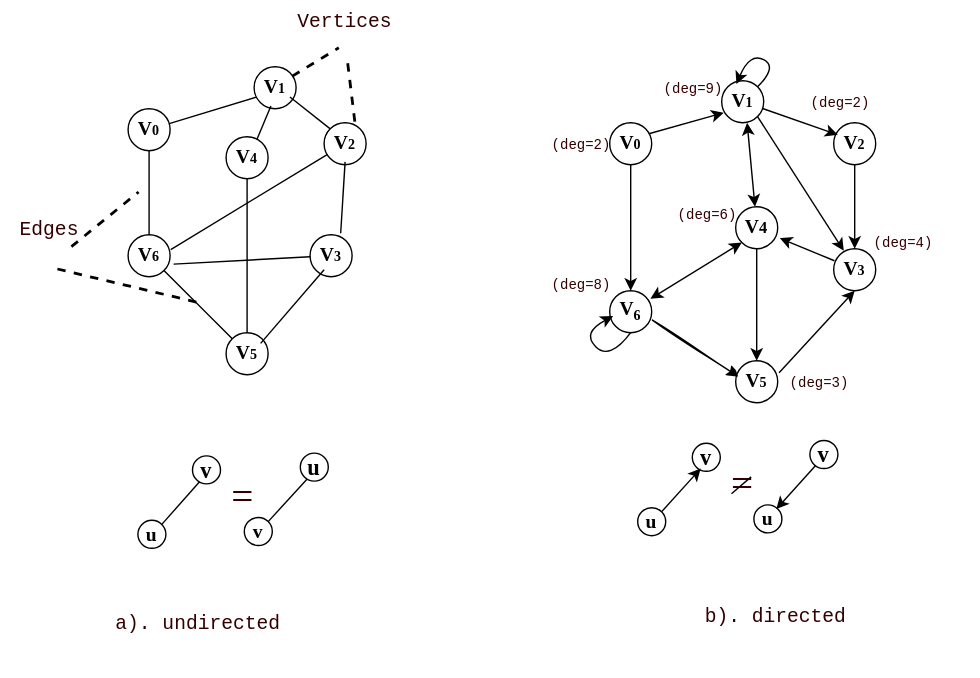
This is docs-src/modules/ROOT/assets/images/section_9/Fig9_1_exampleGraph.svg from ISA-1941/DrakonJs-Docs, a draw.io export, as it was before one commit. Source tidied: cells renumbered, new cells last; positions are measured from the earlier drawing's top-left corner, leaving out a move shared by most shapes.
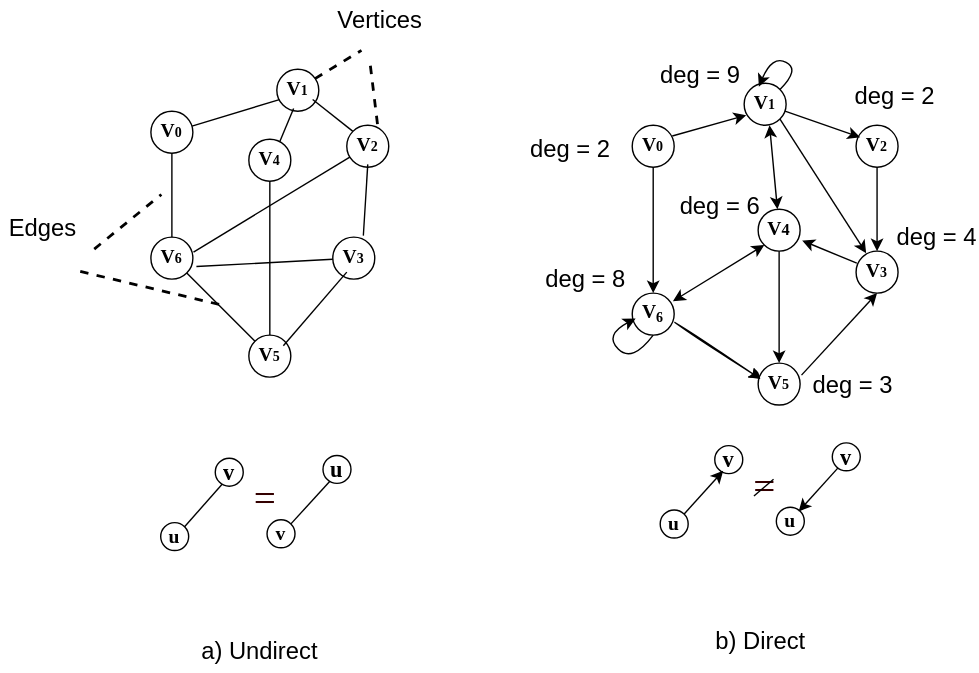
After the commit.

The edit, as a diff of the source:
```diff
@@ -1,4 +1,4 @@
-<mxGraphModel background="light-dark(#FFFFFF,#B3B3B3)">
+<mxGraphModel>
   <root>
     <mxCell id="0" />
     <mxCell id="1" parent="0" />
@@ -72,27 +72,6 @@
     <mxCell id="21" style="endArrow=classic;html=1;rounded=0;hachureGap=4;fontFamily=Architects Daughter;fontSource=https://fonts.googleapis.com/css?family=Architects+Daughter;entryX=0.5;entryY=0;entryDx=0;entryDy=0;exitX=0.5;exitY=1;exitDx=0;exitDy=0;labelBackgroundColor=none;fontColor=default;" parent="1" edge="1" source="19" target="4">
       <mxGeometry relative="1" as="geometry" />
     </mxCell>
-    <mxCell id="22" value="&lt;code&gt;&lt;font style=&quot;color: rgb(51, 0, 0); font-size: 10px;&quot;&gt;(deg=2)&lt;/font&gt;&lt;/code&gt;" style="text;html=1;align=center;verticalAlign=middle;whiteSpace=wrap;rounded=0;fontFamily=Times New Roman;labelBackgroundColor=none;" parent="1" vertex="1">
-      <mxGeometry x="385" y="87" width="60" height="30" as="geometry" />
-    </mxCell>
-    <mxCell id="23" value="&lt;code&gt;&lt;font style=&quot;color: rgb(51, 0, 0); font-size: 10px;&quot;&gt;(deg=9)&lt;/font&gt;&lt;/code&gt;" style="text;html=1;align=center;verticalAlign=middle;whiteSpace=wrap;rounded=0;fontFamily=Times New Roman;labelBackgroundColor=none;" parent="1" vertex="1">
-      <mxGeometry x="465" y="47" width="60" height="30" as="geometry" />
-    </mxCell>
-    <mxCell id="24" value="&lt;code&gt;&lt;font style=&quot;color: rgb(51, 0, 0); font-size: 10px;&quot;&gt;(deg=2)&lt;/font&gt;&lt;/code&gt;" style="text;html=1;align=center;verticalAlign=middle;whiteSpace=wrap;rounded=0;fontFamily=Times New Roman;labelBackgroundColor=none;" parent="1" vertex="1">
-      <mxGeometry x="570" y="57" width="60" height="30" as="geometry" />
-    </mxCell>
-    <mxCell id="25" value="&lt;code&gt;&lt;font style=&quot;color: rgb(51, 0, 0); font-size: 10px;&quot;&gt;(deg=4)&lt;/font&gt;&lt;/code&gt;" style="text;html=1;align=center;verticalAlign=middle;whiteSpace=wrap;rounded=0;fontFamily=Times New Roman;labelBackgroundColor=none;" parent="1" vertex="1">
-      <mxGeometry x="615" y="157" width="60" height="30" as="geometry" />
-    </mxCell>
-    <mxCell id="26" value="&lt;code&gt;&lt;font style=&quot;color: rgb(51, 0, 0); font-size: 10px;&quot;&gt;(deg=6)&lt;/font&gt;&lt;/code&gt;" style="text;html=1;align=center;verticalAlign=middle;whiteSpace=wrap;rounded=0;fontFamily=Times New Roman;labelBackgroundColor=none;" parent="1" vertex="1">
-      <mxGeometry x="475" y="137" width="60" height="30" as="geometry" />
-    </mxCell>
-    <mxCell id="27" value="&lt;code&gt;&lt;font style=&quot;color: rgb(51, 0, 0); font-size: 10px;&quot;&gt;(deg=3)&lt;/font&gt;&lt;/code&gt;" style="text;html=1;align=center;verticalAlign=middle;whiteSpace=wrap;rounded=0;fontFamily=Times New Roman;labelBackgroundColor=none;" parent="1" vertex="1">
-      <mxGeometry x="555" y="257" width="60" height="30" as="geometry" />
-    </mxCell>
-    <mxCell id="28" value="&lt;code&gt;&lt;font style=&quot;color: rgb(51, 0, 0); font-size: 10px;&quot;&gt;(deg=8)&lt;/font&gt;&lt;/code&gt;" style="text;html=1;align=center;verticalAlign=middle;whiteSpace=wrap;rounded=0;fontFamily=Times New Roman;labelBackgroundColor=none;" parent="1" vertex="1">
-      <mxGeometry x="385" y="187" width="60" height="30" as="geometry" />
-    </mxCell>
     <mxCell id="29" value="&lt;span style=&quot;font-family: &amp;quot;Times New Roman&amp;quot;; font-size: 14px; font-weight: 700;&quot;&gt;V&lt;/span&gt;&lt;span style=&quot;font-family: &amp;quot;Times New Roman&amp;quot;; font-weight: 700; font-size: 10px;&quot;&gt;0&lt;/span&gt;" style="ellipse;whiteSpace=wrap;html=1;hachureGap=4;fontFamily=Architects Daughter;fontSource=https%3A%2F%2Ffonts.googleapis.com%2Fcss%3Ffamily%3DArchitects%2BDaughter;labelBackgroundColor=none;" parent="1" vertex="1">
       <mxGeometry x="91" y="77" width="30" height="30" as="geometry" />
     </mxCell>
@@ -166,9 +145,6 @@
         <mxPoint x="99" y="137" as="targetPoint" />
       </mxGeometry>
     </mxCell>
-    <mxCell id="48" value="&lt;code&gt;&lt;font style=&quot;color: rgb(51, 0, 0);&quot;&gt;Edges&lt;/font&gt;&lt;/code&gt;" style="text;html=1;align=center;verticalAlign=middle;whiteSpace=wrap;rounded=0;fontFamily=Times New Roman;fontSize=14;labelBackgroundColor=none;" parent="1" vertex="1">
-      <mxGeometry y="144" width="70" height="40" as="geometry" />
-    </mxCell>
     <mxCell id="49" style="endArrow=none;html=1;rounded=0;hachureGap=4;fontFamily=Architects Daughter;fontSource=https%3A%2F%2Ffonts.googleapis.com%2Fcss%3Ffamily%3DArchitects%2BDaughter;dashed=1;strokeWidth=2;exitX=0.748;exitY=-0.01;exitDx=0;exitDy=0;exitPerimeter=0;labelBackgroundColor=none;fontColor=default;" parent="1" edge="1" source="35">
       <mxGeometry relative="1" as="geometry">
         <mxPoint x="248" y="42" as="targetPoint" />
@@ -179,15 +155,6 @@
         <mxPoint x="242" y="34" as="targetPoint" />
       </mxGeometry>
     </mxCell>
-    <mxCell id="51" value="&lt;code&gt;&lt;font style=&quot;color: rgb(51, 0, 0); font-size: 14px;&quot;&gt;Vertices&lt;/font&gt;&lt;/code&gt;" style="text;html=1;align=center;verticalAlign=middle;whiteSpace=wrap;rounded=0;fontFamily=Times New Roman;labelBackgroundColor=none;" parent="1" vertex="1">
-      <mxGeometry x="216" width="60" height="30" as="geometry" />
-    </mxCell>
-    <mxCell id="52" value="&lt;code&gt;&lt;font style=&quot;color: rgb(51, 0, 0);&quot;&gt;a). undirected&amp;nbsp; &amp;nbsp; &amp;nbsp; &amp;nbsp; &amp;nbsp; &amp;nbsp; &amp;nbsp; &amp;nbsp; &amp;nbsp; &amp;nbsp;&lt;/font&gt;&lt;/code&gt;" style="text;html=1;align=center;verticalAlign=middle;whiteSpace=wrap;rounded=0;fontFamily=Times New Roman;fontSize=14;labelBackgroundColor=none;" parent="1" vertex="1">
-      <mxGeometry x="79" y="421" width="200" height="63" as="geometry" />
-    </mxCell>
-    <mxCell id="53" value="&lt;code&gt;&lt;font style=&quot;color: rgb(51, 0, 0);&quot;&gt;b). directed&amp;nbsp; &amp;nbsp; &amp;nbsp; &amp;nbsp; &amp;nbsp; &amp;nbsp; &amp;nbsp; &amp;nbsp; &amp;nbsp; &amp;nbsp;&lt;/font&gt;&lt;/code&gt;" style="text;html=1;align=center;verticalAlign=middle;whiteSpace=wrap;rounded=0;fontFamily=Times New Roman;fontSize=14;labelBackgroundColor=none;" parent="1" vertex="1">
-      <mxGeometry x="500" y="428" width="200" height="40" as="geometry" />
-    </mxCell>
     <mxCell id="54" value="&lt;font face=&quot;Times New Roman&quot;&gt;&lt;span&gt;&lt;b&gt;u&lt;/b&gt;&lt;/span&gt;&lt;/font&gt;" style="ellipse;whiteSpace=wrap;html=1;hachureGap=4;fontFamily=Architects Daughter;fontSource=https%3A%2F%2Ffonts.googleapis.com%2Fcss%3Ffamily%3DArchitects%2BDaughter;labelBackgroundColor=none;fontSize=14;" parent="1" vertex="1">
       <mxGeometry x="98" y="371" width="20" height="20" as="geometry" />
     </mxCell>
@@ -246,5 +213,38 @@
         <mxPoint x="536" y="340" as="targetPoint" />
       </mxGeometry>
     </mxCell>
+    <mxCell id="69" value="&lt;font style=&quot;font-size: 17px;&quot;&gt;a) Undirect&lt;/font&gt;" style="text;html=1;whiteSpace=wrap;strokeColor=none;fillColor=none;align=center;verticalAlign=middle;rounded=0;" parent="1" vertex="1">
+      <mxGeometry x="117" y="449" width="104" height="30" as="geometry" />
+    </mxCell>
+    <mxCell id="70" value="&lt;font style=&quot;font-size: 17px;&quot;&gt;b) Direct&lt;/font&gt;" style="text;html=1;whiteSpace=wrap;strokeColor=none;fillColor=none;align=center;verticalAlign=middle;rounded=0;" parent="1" vertex="1">
+      <mxGeometry x="475" y="442" width="104" height="30" as="geometry" />
+    </mxCell>
+    <mxCell id="48" value="&lt;font style=&quot;font-size: 17px;&quot;&gt;Edges&lt;/font&gt;" style="text;html=1;whiteSpace=wrap;strokeColor=none;fillColor=none;align=center;verticalAlign=middle;rounded=0;" parent="1" vertex="1">
+      <mxGeometry x="-16" y="147" width="60" height="30" as="geometry" />
+    </mxCell>
+    <mxCell id="51" value="&lt;span style=&quot;font-size: 17px;&quot;&gt;Vertices&lt;/span&gt;" style="text;html=1;whiteSpace=wrap;strokeColor=none;fillColor=none;align=center;verticalAlign=middle;rounded=0;" parent="1" vertex="1">
+      <mxGeometry x="225" y="-2" width="60" height="30" as="geometry" />
+    </mxCell>
+    <mxCell id="71" value="&lt;font style=&quot;font-size: 17px;&quot;&gt;deg = 2&lt;/font&gt;" style="text;html=1;whiteSpace=wrap;strokeColor=none;fillColor=none;align=center;verticalAlign=middle;rounded=0;" parent="1" vertex="1">
+      <mxGeometry x="361" y="90" width="60" height="30" as="geometry" />
+    </mxCell>
+    <mxCell id="72" value="&lt;font style=&quot;font-size: 17px;&quot;&gt;deg = 9&lt;/font&gt;" style="text;html=1;whiteSpace=wrap;strokeColor=none;fillColor=none;align=center;verticalAlign=middle;rounded=0;" parent="1" vertex="1">
+      <mxGeometry x="454" y="37" width="60" height="30" as="geometry" />
+    </mxCell>
+    <mxCell id="73" value="&lt;font style=&quot;font-size: 17px;&quot;&gt;deg = 2&lt;/font&gt;" style="text;html=1;whiteSpace=wrap;strokeColor=none;fillColor=none;align=center;verticalAlign=middle;rounded=0;" parent="1" vertex="1">
+      <mxGeometry x="593" y="52" width="60" height="30" as="geometry" />
+    </mxCell>
+    <mxCell id="74" value="&lt;font style=&quot;font-size: 17px;&quot;&gt;deg = 4&lt;/font&gt;" style="text;html=1;whiteSpace=wrap;strokeColor=none;fillColor=none;align=center;verticalAlign=middle;rounded=0;" parent="1" vertex="1">
+      <mxGeometry x="623" y="153" width="60" height="30" as="geometry" />
+    </mxCell>
+    <mxCell id="75" value="&lt;font style=&quot;font-size: 17px;&quot;&gt;deg = 3&lt;/font&gt;" style="text;html=1;whiteSpace=wrap;strokeColor=none;fillColor=none;align=center;verticalAlign=middle;rounded=0;" parent="1" vertex="1">
+      <mxGeometry x="563" y="259" width="60" height="30" as="geometry" />
+    </mxCell>
+    <mxCell id="76" value="&lt;font style=&quot;font-size: 17px;&quot;&gt;deg = 8&lt;/font&gt;" style="text;html=1;whiteSpace=wrap;strokeColor=none;fillColor=none;align=center;verticalAlign=middle;rounded=0;" parent="1" vertex="1">
+      <mxGeometry x="372" y="183" width="60" height="30" as="geometry" />
+    </mxCell>
+    <mxCell id="77" value="&lt;font style=&quot;font-size: 17px;&quot;&gt;deg = 6&lt;/font&gt;" style="text;html=1;whiteSpace=wrap;strokeColor=none;fillColor=none;align=center;verticalAlign=middle;rounded=0;" parent="1" vertex="1">
+      <mxGeometry x="468" y="131" width="60" height="30" as="geometry" />
+    </mxCell>
   </root>
 </mxGraphModel>
```
